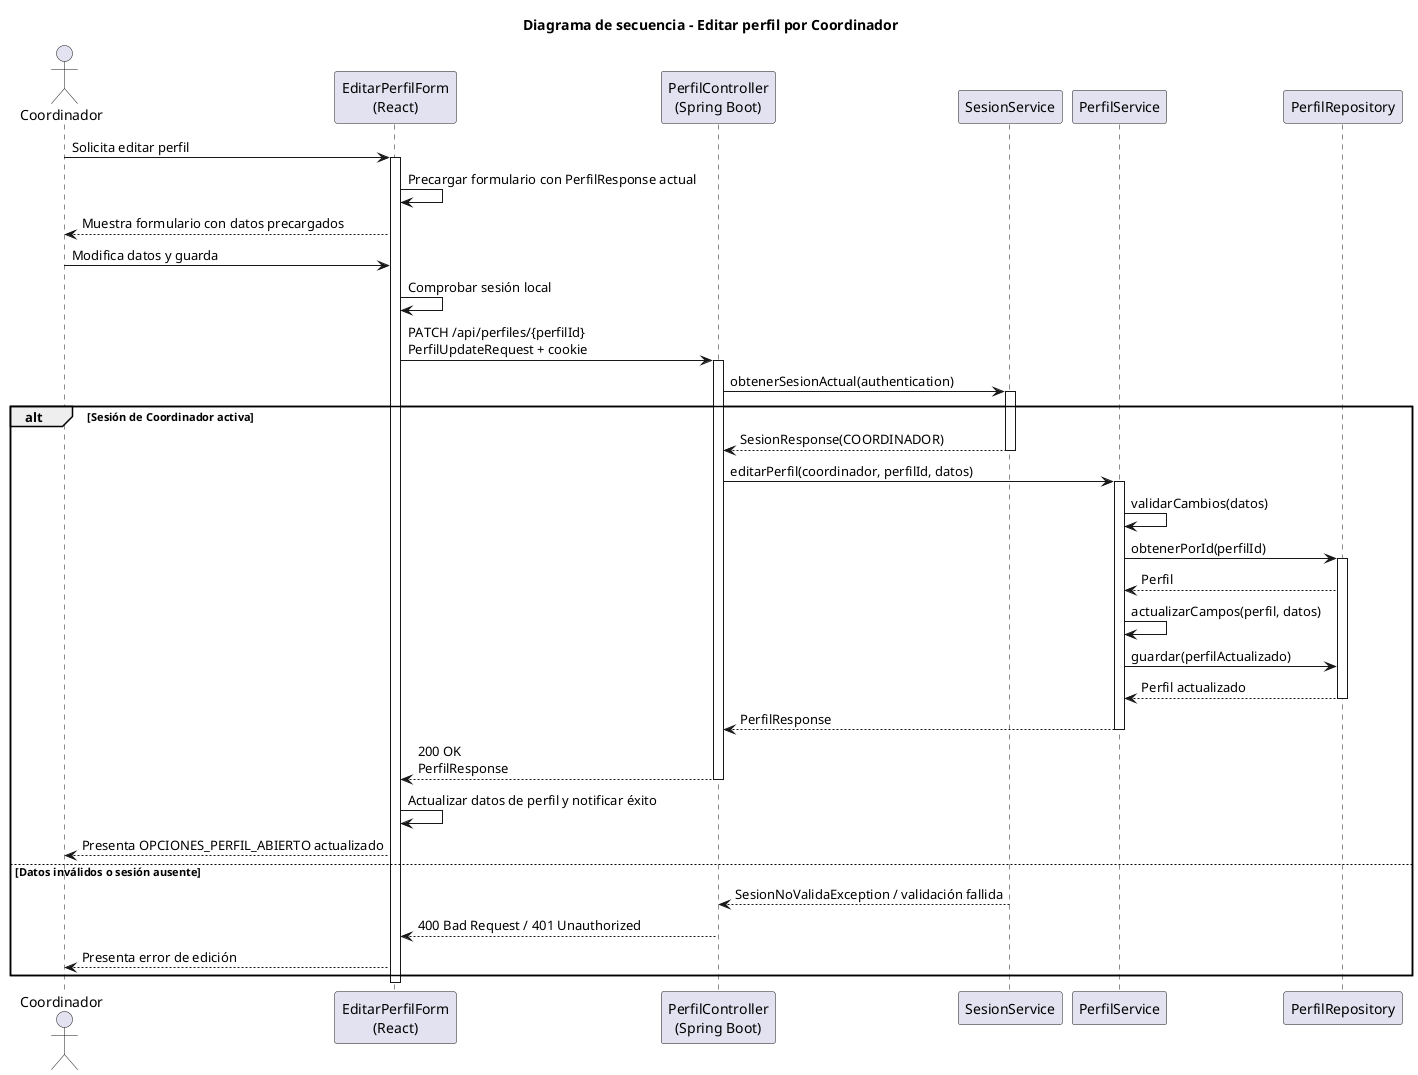
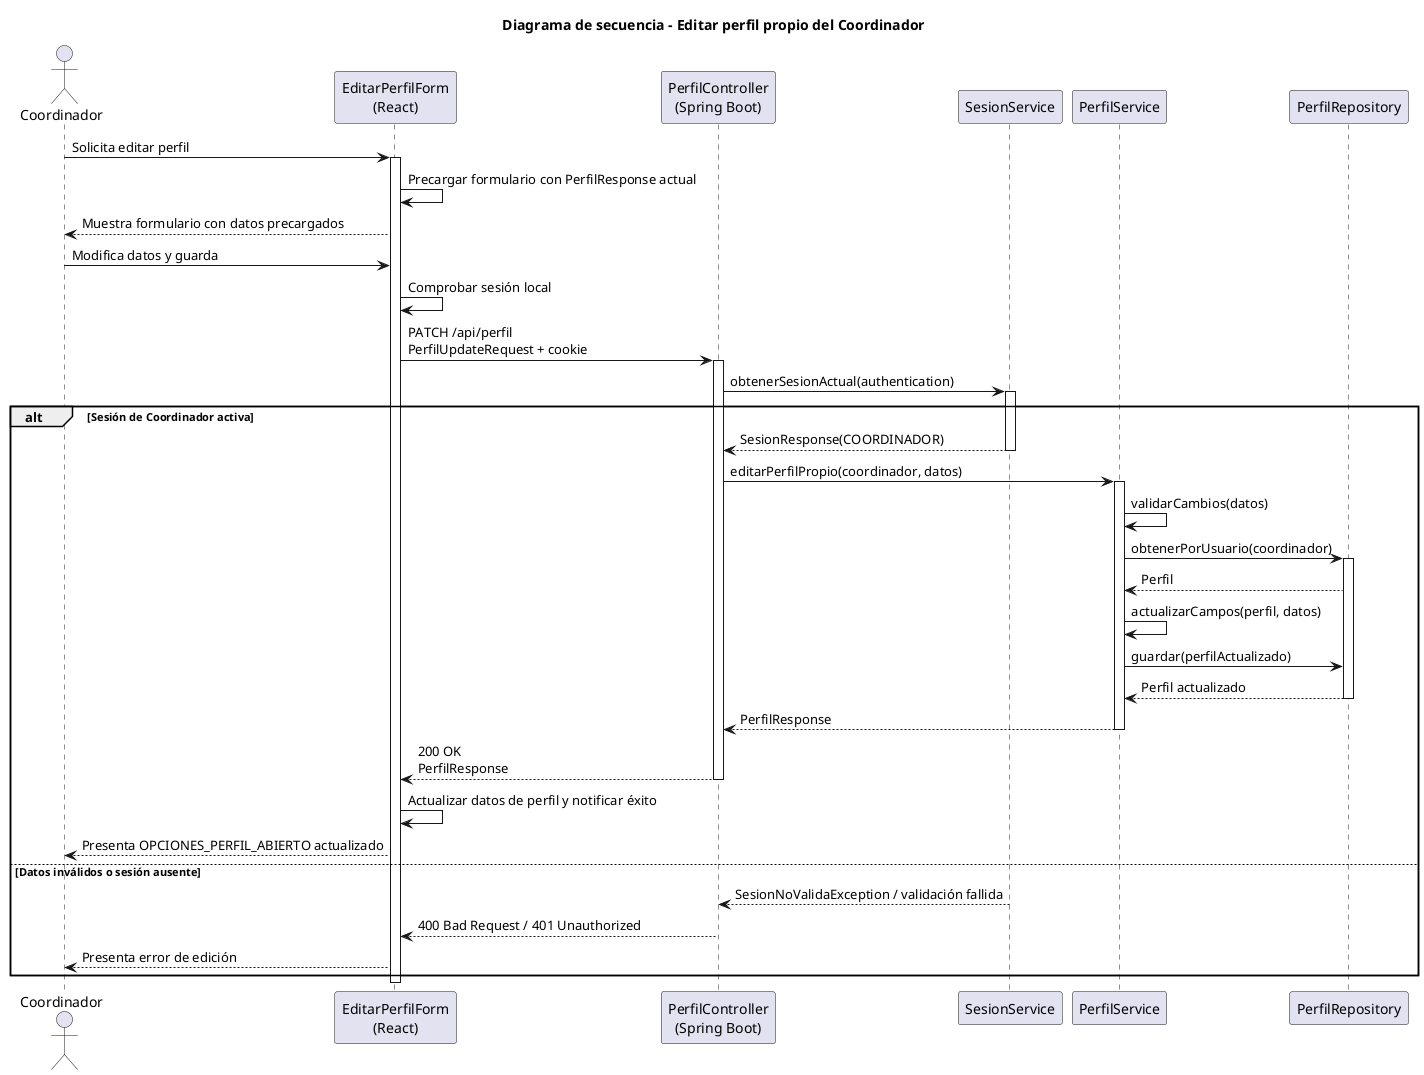
@startuml editarPerfil-coordinador-diseño
- title Diagrama de secuencia - Editar perfil por Coordinador
+ title Diagrama de secuencia - Editar perfil propio del Coordinador

actor Coordinador
participant "EditarPerfilForm\n(React)" as Frontend
participant "PerfilController\n(Spring Boot)" as Api
participant "SesionService" as Sesion
participant "PerfilService" as PerfilService
participant "PerfilRepository" as PerfilRepository

Coordinador -> Frontend: Solicita editar perfil
activate Frontend
Frontend -> Frontend: Precargar formulario con PerfilResponse actual
Frontend --> Coordinador: Muestra formulario con datos precargados
Coordinador -> Frontend: Modifica datos y guarda
Frontend -> Frontend: Comprobar sesión local
- Frontend -> Api: PATCH /api/perfiles/{perfilId}\nPerfilUpdateRequest + cookie
+ Frontend -> Api: PATCH /api/perfil\nPerfilUpdateRequest + cookie
activate Api
Api -> Sesion: obtenerSesionActual(authentication)
activate Sesion
alt Sesión de Coordinador activa
    Sesion --> Api: SesionResponse(COORDINADOR)
    deactivate Sesion
-     Api -> PerfilService: editarPerfil(coordinador, perfilId, datos)
+     Api -> PerfilService: editarPerfilPropio(coordinador, datos)
    activate PerfilService
    PerfilService -> PerfilService: validarCambios(datos)
-     PerfilService -> PerfilRepository: obtenerPorId(perfilId)
+     PerfilService -> PerfilRepository: obtenerPorUsuario(coordinador)
    activate PerfilRepository
    PerfilRepository --> PerfilService: Perfil
    PerfilService -> PerfilService: actualizarCampos(perfil, datos)
    PerfilService -> PerfilRepository: guardar(perfilActualizado)
    PerfilRepository --> PerfilService: Perfil actualizado
    deactivate PerfilRepository
    PerfilService --> Api: PerfilResponse
    deactivate PerfilService
    Api --> Frontend: 200 OK\nPerfilResponse
    deactivate Api
    Frontend -> Frontend: Actualizar datos de perfil y notificar éxito
    Frontend --> Coordinador: Presenta OPCIONES_PERFIL_ABIERTO actualizado
else Datos inválidos o sesión ausente
    Sesion --> Api: SesionNoValidaException / validación fallida
    deactivate Sesion
    Api --> Frontend: 400 Bad Request / 401 Unauthorized
    deactivate Api
    Frontend --> Coordinador: Presenta error de edición
end
deactivate Frontend
@enduml
